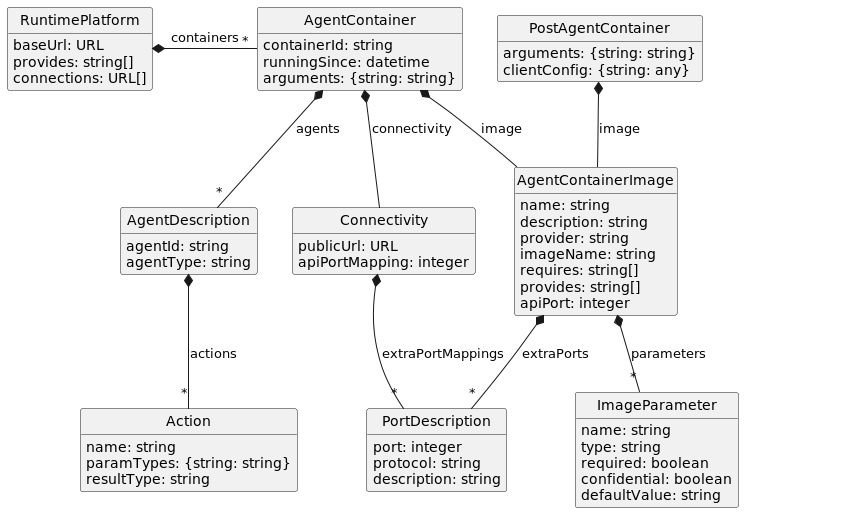
Before: doc/img/models.png, a diagram exported from PlantUML (GT-ARC/opaca-core).
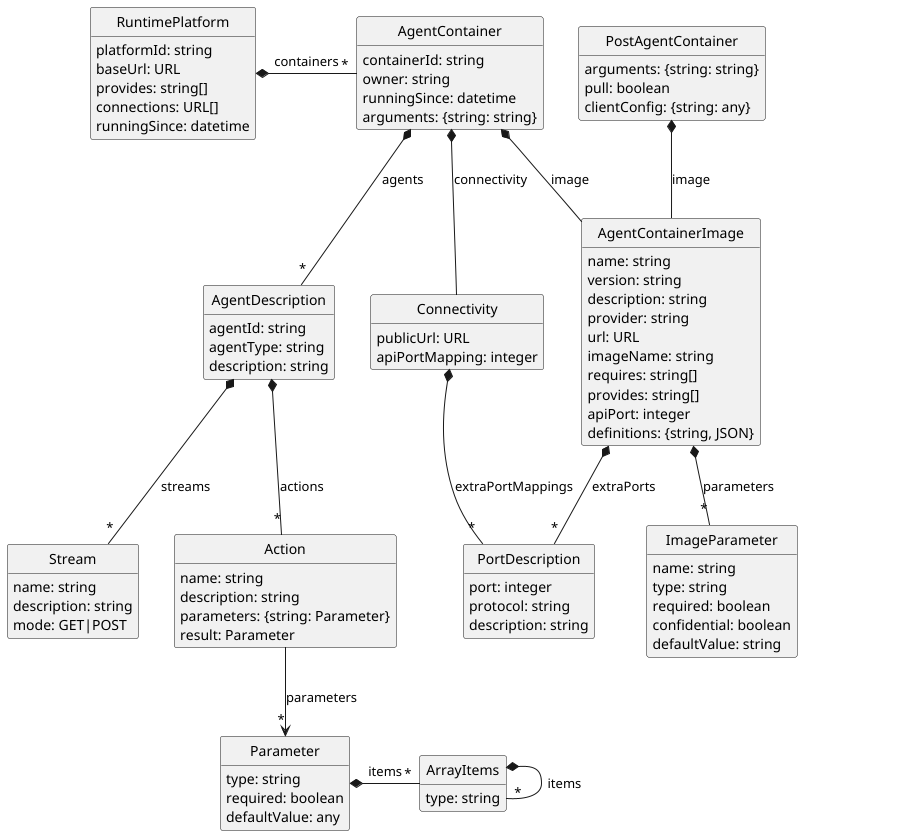
The same file after the commit.

Change to the diagram source:
```diff
@@ -5,21 +5,25 @@
 
 
 class RuntimePlatform {
+    platformId: string
     baseUrl: URL
     provides: string[]
     connections: URL[]
+    runningSince: datetime
 }
 RuntimePlatform *- "*" AgentContainer: containers
 
 
 class PostAgentContainer {
     arguments: {string: string}
+    pull: boolean
     clientConfig: {string: any}
 }
 PostAgentContainer *-- AgentContainerImage: image
 
 class AgentContainer {
     containerId: string
+    owner: string
     runningSince: datetime
     arguments: {string: string}
 }
@@ -36,12 +40,15 @@
 
 class AgentContainerImage {
     name: string
+    version: string
     description: string
     provider: string
+    url: URL
     imageName: string
     requires: string[]
     provides: string[]
     apiPort: integer
+    definitions: {string, JSON}
 }
 AgentContainerImage *-- "*" PortDescription: extraPorts
 AgentContainerImage *-- "*" ImageParameter: parameters
@@ -63,15 +70,36 @@
 class AgentDescription {
     agentId: string
     agentType: string
+    description: string
 }
 AgentDescription *-- "*" Action: actions
+AgentDescription *-- "*" Stream: streams
 
+class Stream {
+    name: string
+    description: string
+    mode: GET|POST
+}
 
 class Action {
     name: string
-    paramTypes: {string: string}
-    resultType: string
+    description: string
+    parameters: {string: Parameter}
+    result: Parameter
 }
+Action --> "*" Parameter: parameters
+
+class Parameter {
+    type: string
+    required: boolean
+    defaultValue: any
+}
+Parameter *-right- "*" ArrayItems: items
+
+class ArrayItems {
+    type: string
+}
+ArrayItems *-- "*" ArrayItems: items
 
 class Message {
     payload: json
```
